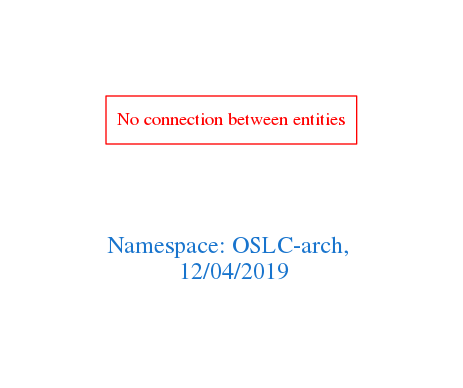
Above: downloads/OSLC-arch.png in arago/OGIT (Graphviz), before the change. Its source is kept beside it as downloads/OSLC-arch.dot.
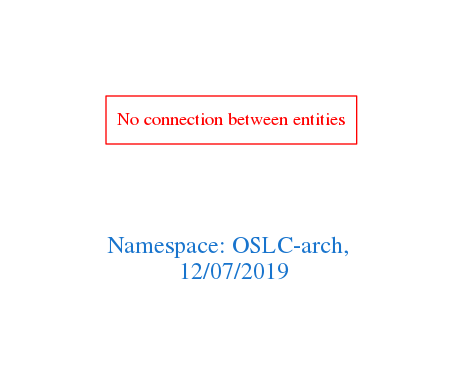
Later version of the same file.

What changed in the source:
```diff
@@ -1,7 +1,7 @@
 digraph OGIT_ontology {
  graph [ rankdir= LR,pad=1
 fontsize = 18,
-fontcolor= dodgerblue3,label = "\n\n\nNamespace: OSLC-arch, \n 12/04/2019"];
+fontcolor= dodgerblue3,label = "\n\n\nNamespace: OSLC-arch, \n 12/07/2019"];
 node[shape=polygon];
 edge [  color="gray81"];
 
```
